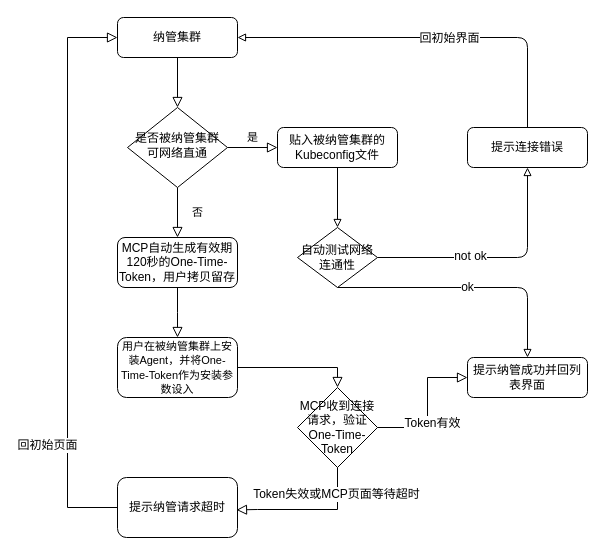
Earlier version of the draw.io diagram 集群纳管业务流程图.drawio (MingZhang-YBPS/MCP-draw.io). Source tidied: cells renumbered, new cells numbered last; positions are measured from the earlier drawing's top-left corner, leaving out a move shared by most shapes. Both pictures are drawn from the tidied source at 100%, with x=0, y=0 at pixel (67, 17).
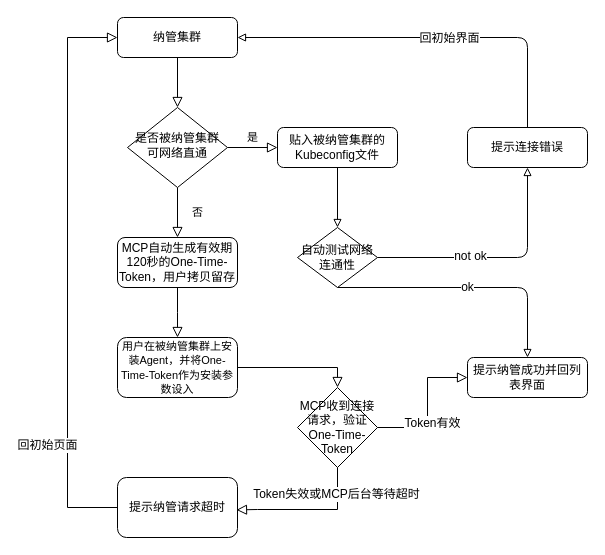
After the change.

Commit message:
Added 集群纳管业务流程图.drawio

The change refers to these unchanged cells:
```xml
<mxCell id="25" style="rounded=0;html=1;jettySize=auto;orthogonalLoop=1;fontSize=11;endArrow=block;endFill=0;endSize=8;strokeWidth=1;shadow=0;labelBackgroundColor=none;edgeStyle=orthogonalEdgeStyle;entryX=0.992;entryY=0.606;entryDx=0;entryDy=0;entryPerimeter=0;" parent="1" edge="1">
  <mxGeometry x="0.33" y="20" relative="1" as="geometry">
    <mxPoint x="270" y="450" as="sourcePoint" />
    <mxPoint x="169" y="492.4" as="targetPoint" />
    <Array as="points">
      <mxPoint x="270" y="492" />
      <mxPoint x="190" y="492" />
    </Array>
  </mxGeometry>
</mxCell>
```

Diff of the diagram source:
```diff
@@
-    <mxCell id="26" value="Token失效或MCP页面等待超时" style="edgeLabel;html=1;align=center;verticalAlign=middle;fontSize=12;" parent="25" vertex="1">
+    <mxCell id="26" value="Token失效或MCP后台等待超时" style="edgeLabel;html=1;align=center;verticalAlign=middle;fontSize=12;" parent="25" vertex="1">
       <mxGeometry x="0.11" relative="1" as="geometry">
         <mxPoint x="35.3" y="-16" as="offset" />
       </mxGeometry>
     </mxCell>
```
